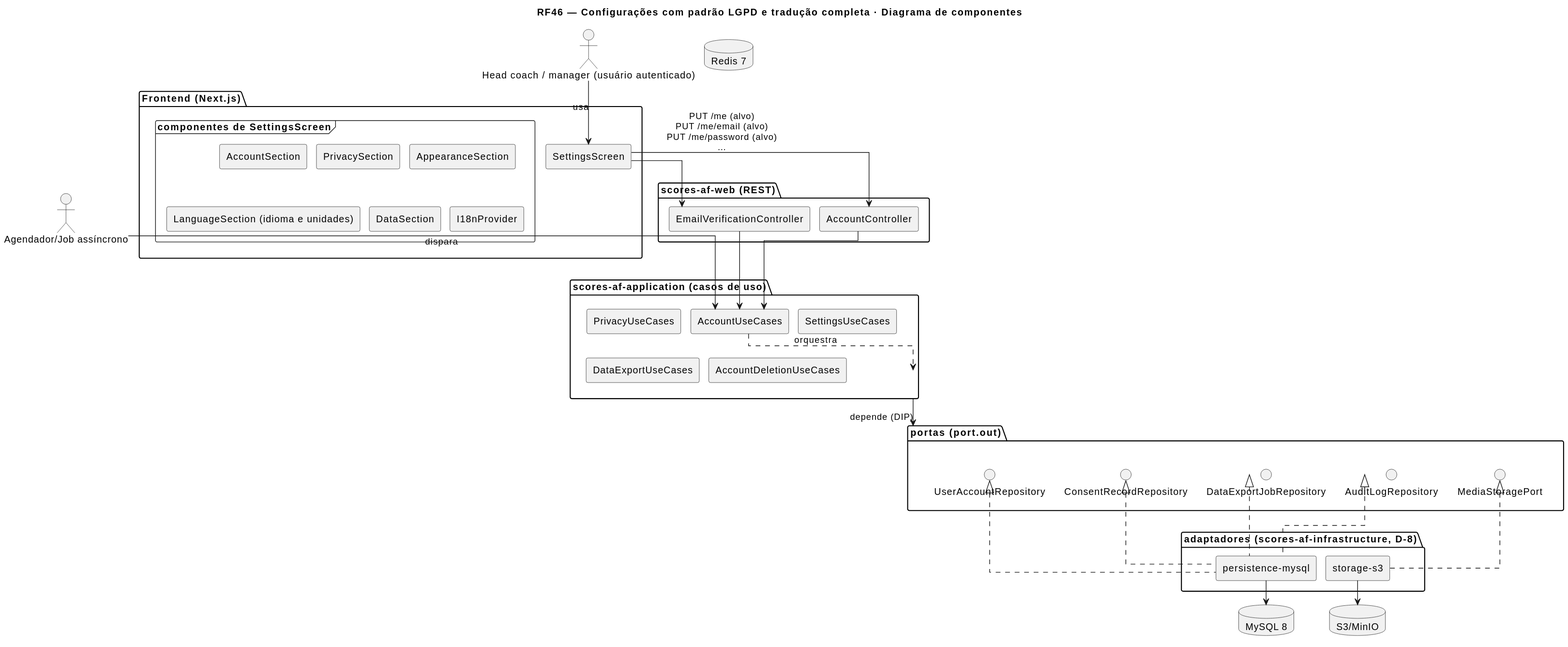
Before: docs/RF46/RF46-cmp.svg, a diagram exported from PlantUML (MatheusHaliski/Scores-American-Football). Source of this version:
```plantuml
@startuml
title RF46 — Configurações com padrão LGPD e tradução completa · Diagrama de componentes
skinparam componentStyle rectangle
skinparam linetype ortho
skinparam nodesep 14
skinparam ranksep 36
actor "Head coach / manager (usuário autenticado)" as c1
actor "Agendador/Job assíncrono" as c2
package "Frontend (Next.js)" as pkg_fe {
  component "SettingsScreen" as c3
  frame "componentes de SettingsScreen" as pkg_fe_sub {
    component "AccountSection" as c4
    component "PrivacySection" as c5
    component "AppearanceSection" as c6
    component "LanguageSection (idioma e unidades)" as c7
    component "DataSection" as c8
    component "I18nProvider" as c9
  }
}
package "scores-af-web (REST)" as pkg_web {
  component "AccountController" as c10
  component "EmailVerificationController" as c11
}
package "scores-af-application (casos de uso)" as pkg_app {
  component "AccountUseCases" as c12
  component "PrivacyUseCases" as c13
  component "SettingsUseCases" as c14
  component "DataExportUseCases" as c15
  component "AccountDeletionUseCases" as c16
}
package "portas (port.out)" as pkg_ports {
  interface "UserAccountRepository" as c17
  interface "ConsentRecordRepository" as c18
  interface "DataExportJobRepository" as c19
  interface "MediaStoragePort" as c20
  interface "AuditLogRepository" as c21
}
package "adaptadores (scores-af-infrastructure, D-8)" as pkg_ad {
  component "persistence-mysql" as c22
  component "storage-s3" as c23
}
database "MySQL 8" as s1
database "S3/MinIO" as s2
database "Redis 7" as s3
c1 --> c3 : usa
c2 --> c12 : dispara
c3 --> c10 : PUT /me (alvo)\nPUT /me/email (alvo)\nPUT /me/password (alvo)\n…
c3 --> c11
c10 --> c12
c11 --> c12
c12 ..> pkg_app : orquestra
pkg_app --> pkg_ports : depende (DIP)
c22 .up.|> c17
c22 .up.|> c18
c22 .up.|> c19
c23 .up.|> c20
c22 .up.|> c21
c22 --> s1
c23 --> s2
@enduml
```
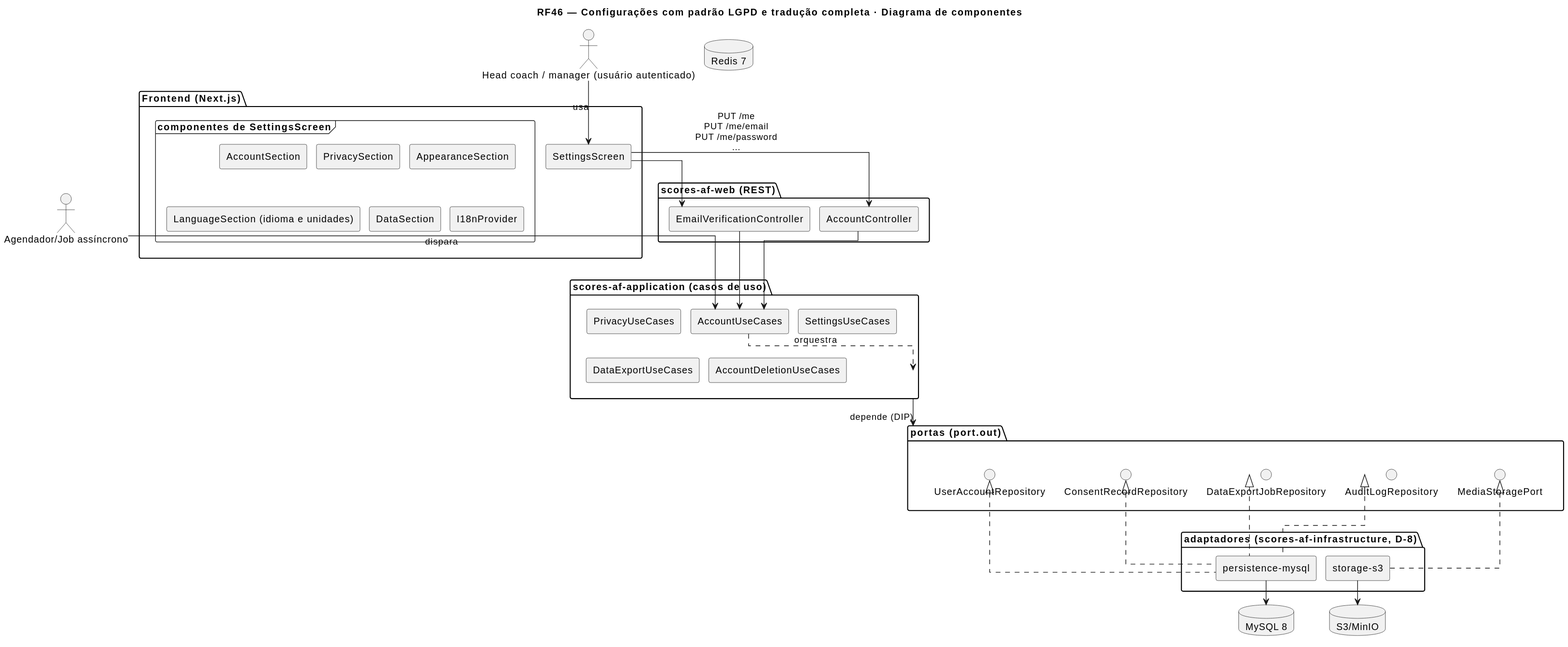
The same file after the commit.

What changed in the source:
```diff
@@ -44,7 +44,7 @@
 database "Redis 7" as s3
 c1 --> c3 : usa
 c2 --> c12 : dispara
-c3 --> c10 : PUT /me (alvo)\nPUT /me/email (alvo)\nPUT /me/password (alvo)\n…
+c3 --> c10 : PUT /me\nPUT /me/email\nPUT /me/password\n…
 c3 --> c11
 c10 --> c12
 c11 --> c12
```
